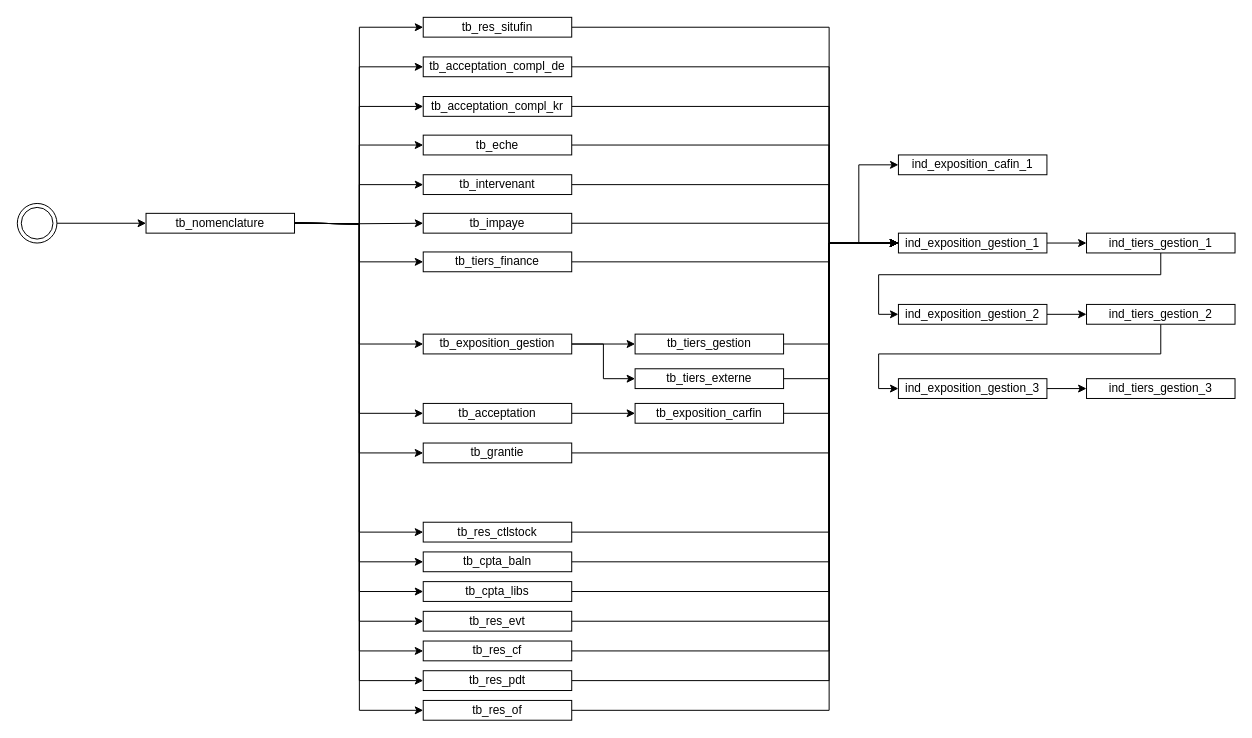
wunyu/drawio keeps this draw.io diagram as page "loading_order" (1 of 22) of schema_laurent.drawio. Above is the earlier version. Source tidied: cells renumbered, new cells numbered last; positions are measured from the earlier drawing's top-left corner, leaving out a move shared by most shapes. Both pictures are drawn from the tidied source at 99%, with x=0, y=0 at pixel (17, 17).
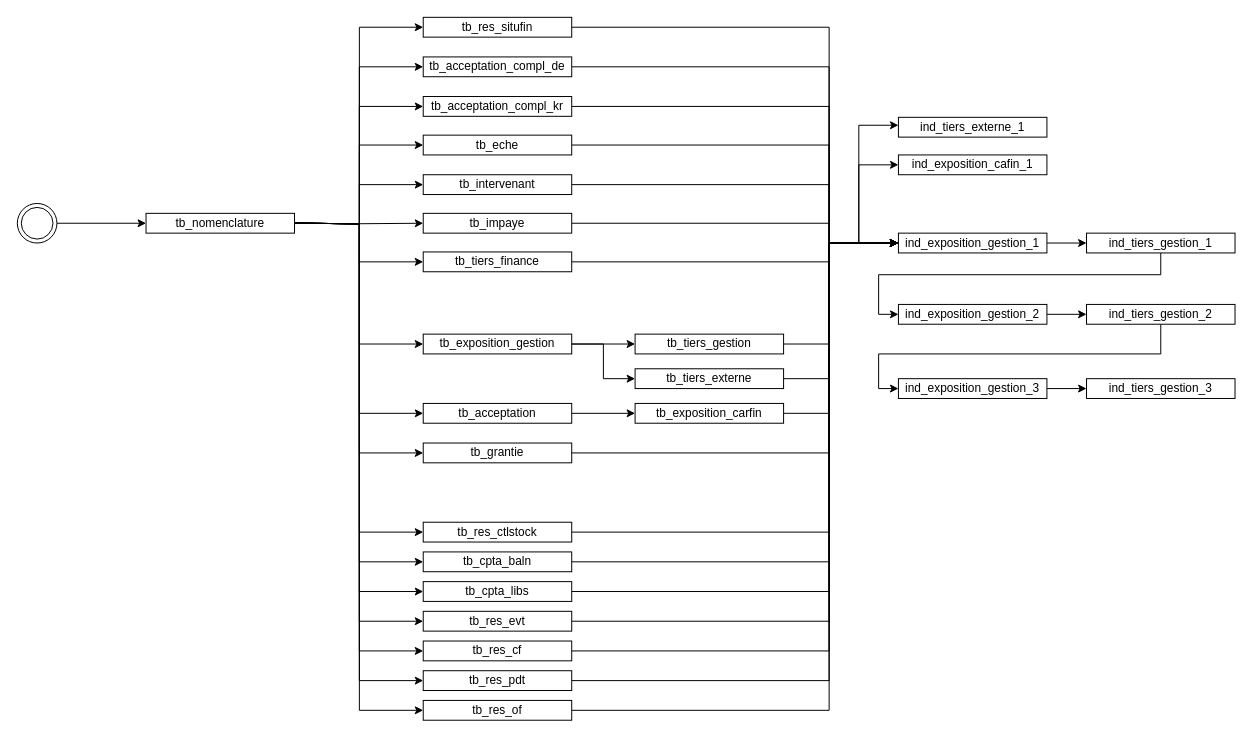
The same diagram, later.

Change to the diagram source:
```diff
@@
+    <mxCell id="76" value="ind_tiers_externe_1" style="whiteSpace=wrap;html=1;" parent="1" vertex="1">
+      <mxGeometry x="890" y="101" width="150" height="20" as="geometry" />
+    </mxCell>
+    <mxCell id="77" style="edgeStyle=orthogonalEdgeStyle;rounded=0;orthogonalLoop=1;jettySize=auto;html=1;entryX=0;entryY=0.5;entryDx=0;entryDy=0;" parent="1" edge="1">
+      <mxGeometry relative="1" as="geometry">
+        <mxPoint x="820" y="228" as="sourcePoint" />
+        <mxPoint x="890" y="109" as="targetPoint" />
+        <Array as="points">
+          <mxPoint x="850" y="228" />
+          <mxPoint x="850" y="109" />
+        </Array>
+      </mxGeometry>
+    </mxCell>
```
